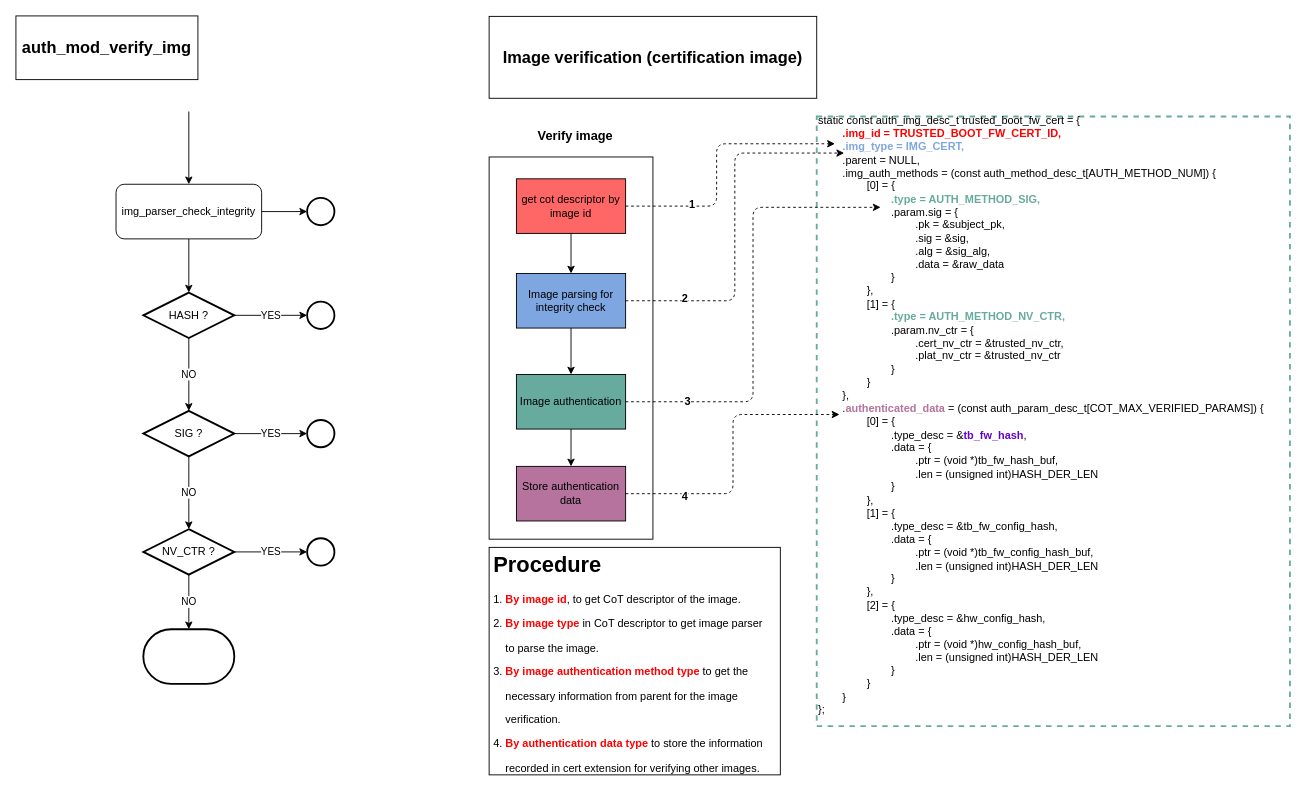
This is page "auth_mod_verify_img" (1 of 7) of mbedx509_parser.drawio from daichin/secureboot, a draw.io file, before an edit. Source tidied: cells renumbered, new cells numbered last; positions are measured from the earlier drawing's top-left corner, leaving out a move shared by most shapes. Both pictures are drawn from the tidied source at 91%, with x=0, y=0 at pixel (15, 15).
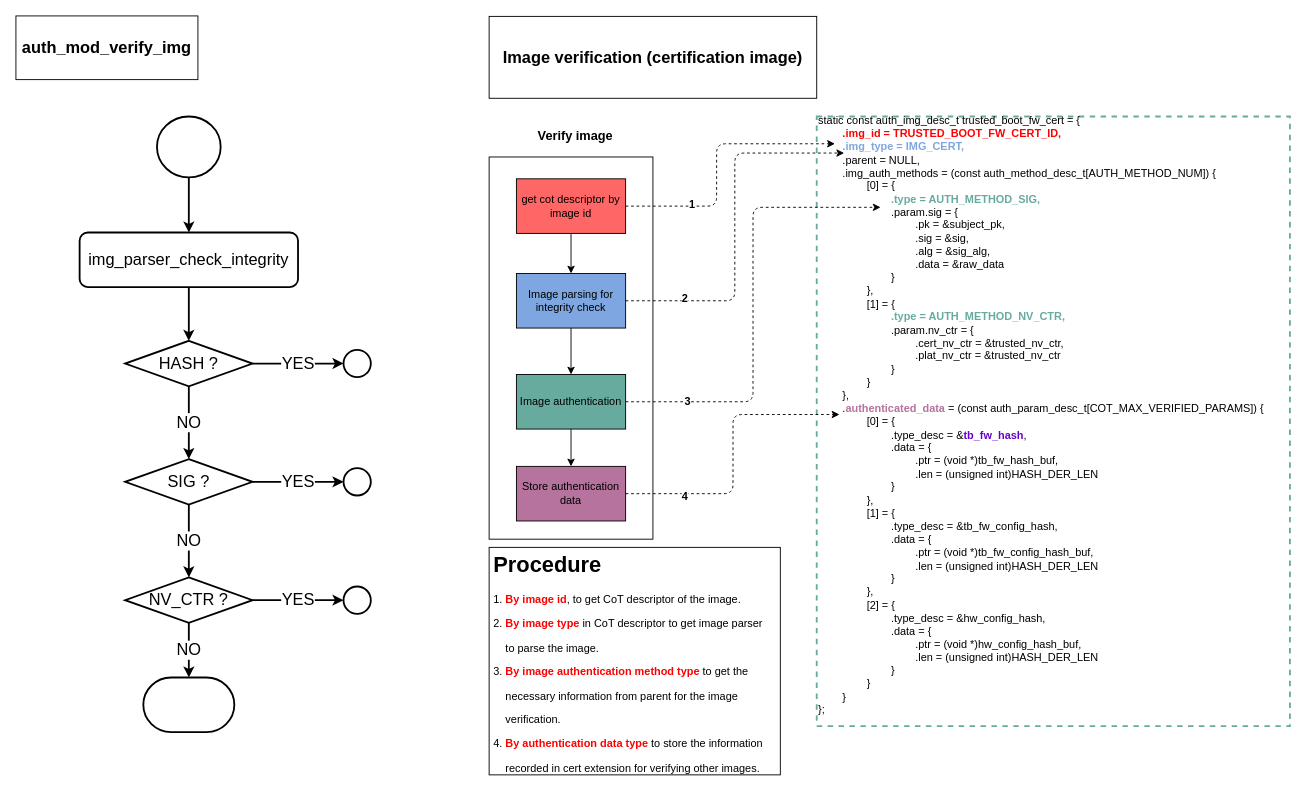
The same diagram, later.

What changed in the source:
```diff
@@
-    <mxCell id="2" style="edgeStyle=orthogonalEdgeStyle;rounded=0;jettySize=auto;html=1;" parent="1" edge="1" source="4" target="9">
+    <mxCell id="2" style="edgeStyle=orthogonalEdgeStyle;rounded=1;jettySize=auto;html=1;strokeWidth=2;fontSize=18;" parent="1" edge="1" source="4" target="9">
       <mxGeometry relative="1" as="geometry" />
     </mxCell>
-    <mxCell id="3" style="edgeStyle=orthogonalEdgeStyle;rounded=0;jettySize=auto;html=1;" parent="1" edge="1" source="4" target="20">
-      <mxGeometry relative="1" as="geometry" />
-    </mxCell>
-    <mxCell id="4" value="img_parser_check_integrity" style="rounded=1;whiteSpace=wrap;html=1;" parent="1" vertex="1">
-      <mxGeometry x="110" y="185" width="160" height="60" as="geometry" />
+    <mxCell id="4" value="img_parser_check_integrity" style="rounded=1;whiteSpace=wrap;html=1;fontSize=18;strokeWidth=2;" parent="1" vertex="1">
+      <mxGeometry x="70" y="238" width="240" height="60" as="geometry" />
     </mxCell>
@@
-    <mxCell id="6" style="endArrow=classic;html=1;" parent="1" edge="1">
-      <mxGeometry relative="1" as="geometry">
-        <mxPoint x="190" y="105" as="sourcePoint" />
-        <mxPoint x="190" y="185" as="targetPoint" />
-      </mxGeometry>
-    </mxCell>
-    <mxCell id="7" value="NO" style="edgeStyle=orthogonalEdgeStyle;rounded=0;jettySize=auto;html=1;" parent="1" edge="1" source="9" target="12">
+    <mxCell id="7" value="NO" style="edgeStyle=orthogonalEdgeStyle;rounded=0;jettySize=auto;html=1;strokeWidth=2;fontStyle=0;fontSize=18;" parent="1" edge="1" source="9" target="12">
       <mxGeometry relative="1" as="geometry" />
     </mxCell>
-    <mxCell id="8" value="YES" style="edgeStyle=orthogonalEdgeStyle;rounded=0;jettySize=auto;html=1;" parent="1" edge="1" source="9" target="17">
+    <mxCell id="8" value="YES" style="edgeStyle=orthogonalEdgeStyle;rounded=0;jettySize=auto;html=1;strokeWidth=2;fontStyle=0;fontSize=18;" parent="1" edge="1" source="9" target="17">
       <mxGeometry relative="1" as="geometry" />
     </mxCell>
-    <mxCell id="9" value="HASH ?" style="strokeWidth=2;html=1;shape=mxgraph.flowchart.decision;whiteSpace=wrap;" parent="1" vertex="1">
-      <mxGeometry x="140" y="304" width="100" height="50" as="geometry" />
+    <mxCell id="9" value="HASH ?" style="strokeWidth=2;html=1;shape=mxgraph.flowchart.decision;whiteSpace=wrap;fontSize=18;" parent="1" vertex="1">
+      <mxGeometry x="120" y="357" width="140" height="50" as="geometry" />
     </mxCell>
-    <mxCell id="10" value="NO" style="edgeStyle=orthogonalEdgeStyle;rounded=0;jettySize=auto;html=1;" parent="1" edge="1" source="12" target="15">
+    <mxCell id="10" value="NO" style="edgeStyle=orthogonalEdgeStyle;rounded=0;jettySize=auto;html=1;strokeWidth=2;fontStyle=0;fontSize=18;" parent="1" edge="1" source="12" target="15">
       <mxGeometry relative="1" as="geometry" />
     </mxCell>
-    <mxCell id="11" value="YES" style="edgeStyle=orthogonalEdgeStyle;rounded=0;jettySize=auto;html=1;" parent="1" edge="1" source="12" target="18">
+    <mxCell id="11" value="YES" style="edgeStyle=orthogonalEdgeStyle;rounded=0;jettySize=auto;html=1;strokeWidth=2;fontStyle=0;fontSize=18;" parent="1" edge="1" source="12" target="18">
       <mxGeometry relative="1" as="geometry" />
     </mxCell>
-    <mxCell id="12" value="SIG ?" style="strokeWidth=2;html=1;shape=mxgraph.flowchart.decision;whiteSpace=wrap;" parent="1" vertex="1">
-      <mxGeometry x="140" y="434" width="100" height="50" as="geometry" />
+    <mxCell id="12" value="SIG ?" style="strokeWidth=2;html=1;shape=mxgraph.flowchart.decision;whiteSpace=wrap;fontSize=18;" parent="1" vertex="1">
+      <mxGeometry x="120" y="487" width="140" height="50" as="geometry" />
     </mxCell>
-    <mxCell id="13" value="NO" style="edgeStyle=orthogonalEdgeStyle;rounded=0;jettySize=auto;html=1;" parent="1" edge="1" source="15" target="16">
+    <mxCell id="13" value="NO" style="edgeStyle=orthogonalEdgeStyle;rounded=0;jettySize=auto;html=1;strokeWidth=2;fontStyle=0;fontSize=18;" parent="1" edge="1" source="15" target="16">
       <mxGeometry relative="1" as="geometry" />
     </mxCell>
-    <mxCell id="14" value="YES" style="edgeStyle=orthogonalEdgeStyle;rounded=0;jettySize=auto;html=1;" parent="1" edge="1" source="15" target="19">
+    <mxCell id="14" value="YES" style="edgeStyle=orthogonalEdgeStyle;rounded=0;jettySize=auto;html=1;strokeWidth=2;fontStyle=0;fontSize=18;" parent="1" edge="1" source="15" target="19">
       <mxGeometry relative="1" as="geometry" />
     </mxCell>
-    <mxCell id="15" value="NV_CTR ?" style="strokeWidth=2;html=1;shape=mxgraph.flowchart.decision;whiteSpace=wrap;" parent="1" vertex="1">
-      <mxGeometry x="140" y="564" width="100" height="50" as="geometry" />
+    <mxCell id="15" value="NV_CTR ?" style="strokeWidth=2;html=1;shape=mxgraph.flowchart.decision;whiteSpace=wrap;fontSize=18;" parent="1" vertex="1">
+      <mxGeometry x="120" y="617" width="140" height="50" as="geometry" />
     </mxCell>
     <mxCell id="16" style="strokeWidth=2;html=1;shape=mxgraph.flowchart.terminator;whiteSpace=wrap;" parent="1" vertex="1">
-      <mxGeometry x="140" y="674" width="100" height="60" as="geometry" />
+      <mxGeometry x="140" y="727" width="100" height="60" as="geometry" />
     </mxCell>
     <mxCell id="17" style="verticalLabelPosition=bottom;verticalAlign=top;html=1;strokeWidth=2;shape=mxgraph.flowchart.on-page_reference;" parent="1" vertex="1">
-      <mxGeometry x="320" y="314" width="30" height="30" as="geometry" />
+      <mxGeometry x="360" y="367" width="30" height="30" as="geometry" />
     </mxCell>
     <mxCell id="18" style="verticalLabelPosition=bottom;verticalAlign=top;html=1;strokeWidth=2;shape=mxgraph.flowchart.on-page_reference;" parent="1" vertex="1">
-      <mxGeometry x="320" y="444" width="30" height="30" as="geometry" />
+      <mxGeometry x="360" y="497" width="30" height="30" as="geometry" />
     </mxCell>
     <mxCell id="19" style="verticalLabelPosition=bottom;verticalAlign=top;html=1;strokeWidth=2;shape=mxgraph.flowchart.on-page_reference;" parent="1" vertex="1">
-      <mxGeometry x="320" y="574" width="30" height="30" as="geometry" />
+      <mxGeometry x="360" y="627" width="30" height="30" as="geometry" />
     </mxCell>
-    <mxCell id="20" style="verticalLabelPosition=bottom;verticalAlign=top;html=1;strokeWidth=2;shape=mxgraph.flowchart.on-page_reference;" parent="1" vertex="1">
-      <mxGeometry x="320" y="200" width="30" height="30" as="geometry" />
-    </mxCell>
@@
+    <mxCell id="44" style="edgeStyle=orthogonalEdgeStyle;rounded=1;jettySize=auto;html=1;strokeWidth=2;fontSize=18;" parent="1" edge="1" source="45" target="4">
+      <mxGeometry relative="1" as="geometry" />
+    </mxCell>
+    <mxCell id="45" style="strokeWidth=2;html=1;shape=mxgraph.flowchart.start_2;whiteSpace=wrap;fontSize=18;" parent="1" vertex="1">
+      <mxGeometry x="155" y="110.5" width="70" height="67" as="geometry" />
+    </mxCell>
```
